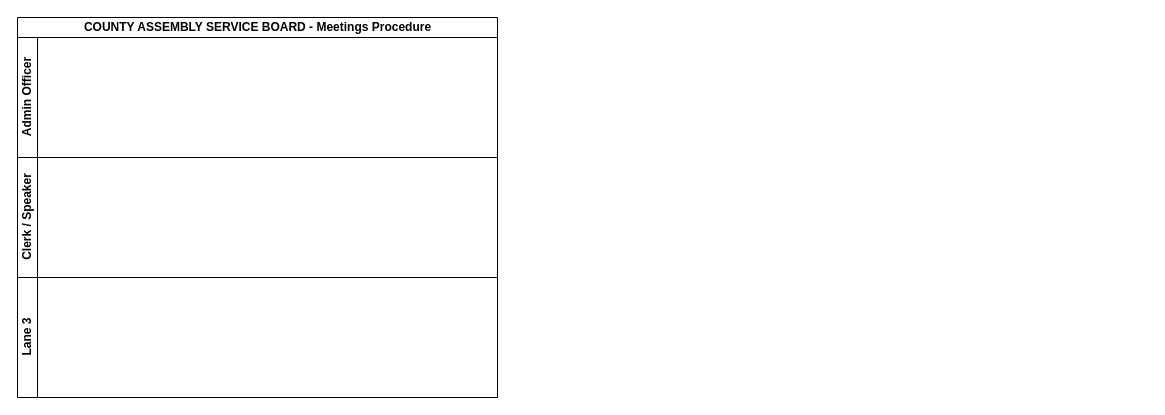
This is CASB - Meetings Procedure.drawio from kmagua/flowcharts, a draw.io file, before an edit. Source tidied: cells renumbered, new cells numbered last; positions are measured from the earlier drawing's top-left corner, leaving out a move shared by most shapes. Both pictures are drawn from the tidied source at 100%, with x=0, y=0 at pixel (17, 17).
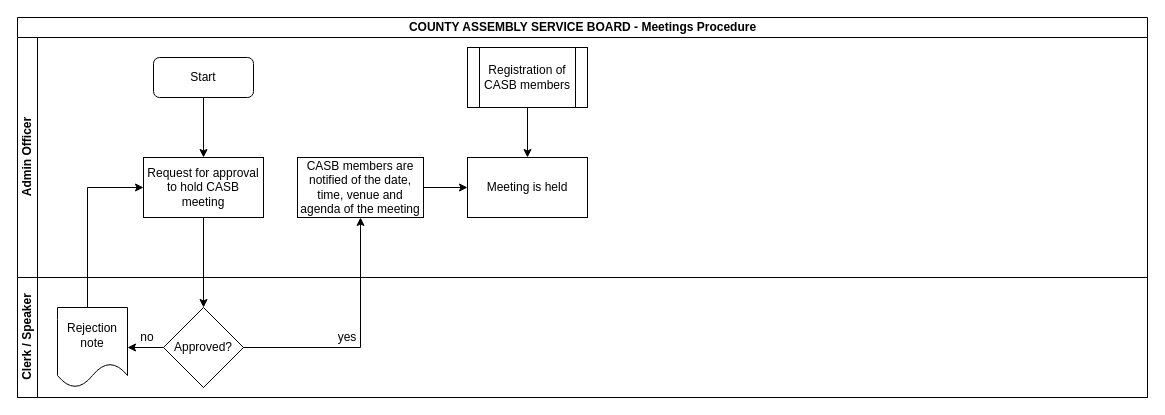
Above is the later version.

The edit, as a diff of the source:
```diff
@@
     <mxCell id="2" value="COUNTY ASSEMBLY SERVICE BOARD - Meetings Procedure" style="swimlane;html=1;horizontal=1;startSize=20;" parent="1" vertex="1">
-      <mxGeometry width="480" height="380" as="geometry" />
+      <mxGeometry width="1130" height="380" as="geometry" />
     </mxCell>
     <mxCell id="3" value="Admin Officer" style="swimlane;html=1;startSize=20;horizontal=0;" parent="2" vertex="1">
-      <mxGeometry y="20" width="480" height="120" as="geometry" />
+      <mxGeometry y="20" width="1130" height="240" as="geometry" />
     </mxCell>
+    <mxCell id="6" value="Registration of CASB members" style="shape=process;whiteSpace=wrap;html=1;backgroundOutline=1;" parent="3" vertex="1">
+      <mxGeometry x="450" y="10" width="120" height="60" as="geometry" />
+    </mxCell>
+    <mxCell id="7" value="Start" style="rounded=1;whiteSpace=wrap;html=1;" parent="3" vertex="1">
+      <mxGeometry x="136" y="20" width="100" height="40" as="geometry" />
+    </mxCell>
+    <mxCell id="8" value="Meeting is held" style="whiteSpace=wrap;html=1;rounded=0;" parent="3" vertex="1">
+      <mxGeometry x="450" y="120" width="120" height="60" as="geometry" />
+    </mxCell>
+    <mxCell id="9" value="CASB members are notified of the date, time, venue and agenda of the meeting" style="whiteSpace=wrap;html=1;rounded=0;" parent="3" vertex="1">
+      <mxGeometry x="280" y="120" width="126" height="60" as="geometry" />
+    </mxCell>
+    <mxCell id="10" value="Request for approval to hold CASB meeting" style="rounded=0;whiteSpace=wrap;html=1;" parent="3" vertex="1">
+      <mxGeometry x="126" y="120" width="120" height="60" as="geometry" />
+    </mxCell>
+    <mxCell id="11" style="edgeStyle=orthogonalEdgeStyle;rounded=0;jettySize=auto;html=1;entryX=0.5;entryY=0;entryDx=0;entryDy=0;" parent="3" edge="1" source="7" target="10">
+      <mxGeometry relative="1" as="geometry" />
+    </mxCell>
+    <mxCell id="12" style="edgeStyle=orthogonalEdgeStyle;rounded=0;jettySize=auto;html=1;" parent="3" edge="1" source="9" target="8">
+      <mxGeometry relative="1" as="geometry" />
+    </mxCell>
+    <mxCell id="13" style="edgeStyle=orthogonalEdgeStyle;rounded=0;jettySize=auto;html=1;entryX=0.5;entryY=0;entryDx=0;entryDy=0;" parent="3" edge="1" source="6" target="8">
+      <mxGeometry relative="1" as="geometry" />
+    </mxCell>
     <mxCell id="4" value="Clerk / Speaker" style="swimlane;html=1;startSize=20;horizontal=0;" parent="2" vertex="1">
-      <mxGeometry y="140" width="480" height="120" as="geometry" />
+      <mxGeometry y="260" width="1130" height="120" as="geometry" />
     </mxCell>
-    <mxCell id="5" value="Lane 3" style="swimlane;html=1;startSize=20;horizontal=0;" parent="2" vertex="1">
-      <mxGeometry y="260" width="480" height="120" as="geometry" />
-    </mxCell>
+    <mxCell id="14" value="no" style="text;html=1;strokeColor=none;fillColor=none;align=center;verticalAlign=middle;whiteSpace=wrap;rounded=0;" parent="4" vertex="1">
+      <mxGeometry x="110" y="50" width="40" height="20" as="geometry" />
+    </mxCell>
+    <mxCell id="15" value="Approved?" style="rhombus;whiteSpace=wrap;html=1;rounded=0;" parent="4" vertex="1">
+      <mxGeometry x="146" y="30" width="80" height="80" as="geometry" />
+    </mxCell>
+    <mxCell id="16" value="yes" style="text;html=1;strokeColor=none;fillColor=none;align=center;verticalAlign=middle;whiteSpace=wrap;rounded=0;" parent="4" vertex="1">
+      <mxGeometry x="310" y="50" width="40" height="20" as="geometry" />
+    </mxCell>
+    <mxCell id="17" style="edgeStyle=orthogonalEdgeStyle;rounded=0;jettySize=auto;html=1;" parent="2" edge="1" source="10" target="15">
+      <mxGeometry relative="1" as="geometry" />
+    </mxCell>
+    <mxCell id="18" style="edgeStyle=orthogonalEdgeStyle;rounded=0;jettySize=auto;html=1;" parent="2" edge="1" source="15" target="9">
+      <mxGeometry relative="1" as="geometry" />
+    </mxCell>
+    <mxCell id="19" style="edgeStyle=orthogonalEdgeStyle;rounded=0;jettySize=auto;html=1;entryX=0;entryY=0.5;entryDx=0;entryDy=0;" parent="1" edge="1" source="20" target="10">
+      <mxGeometry relative="1" as="geometry">
+        <Array as="points">
+          <mxPoint x="70" y="170" />
+        </Array>
+      </mxGeometry>
+    </mxCell>
+    <mxCell id="20" value="Rejection note" style="shape=document;whiteSpace=wrap;html=1;boundedLbl=1;rounded=0;" parent="1" vertex="1">
+      <mxGeometry x="40" y="290" width="70" height="80" as="geometry" />
+    </mxCell>
+    <mxCell id="21" style="edgeStyle=orthogonalEdgeStyle;rounded=0;jettySize=auto;html=1;" parent="1" edge="1" source="15" target="20">
+      <mxGeometry relative="1" as="geometry" />
+    </mxCell>
```
